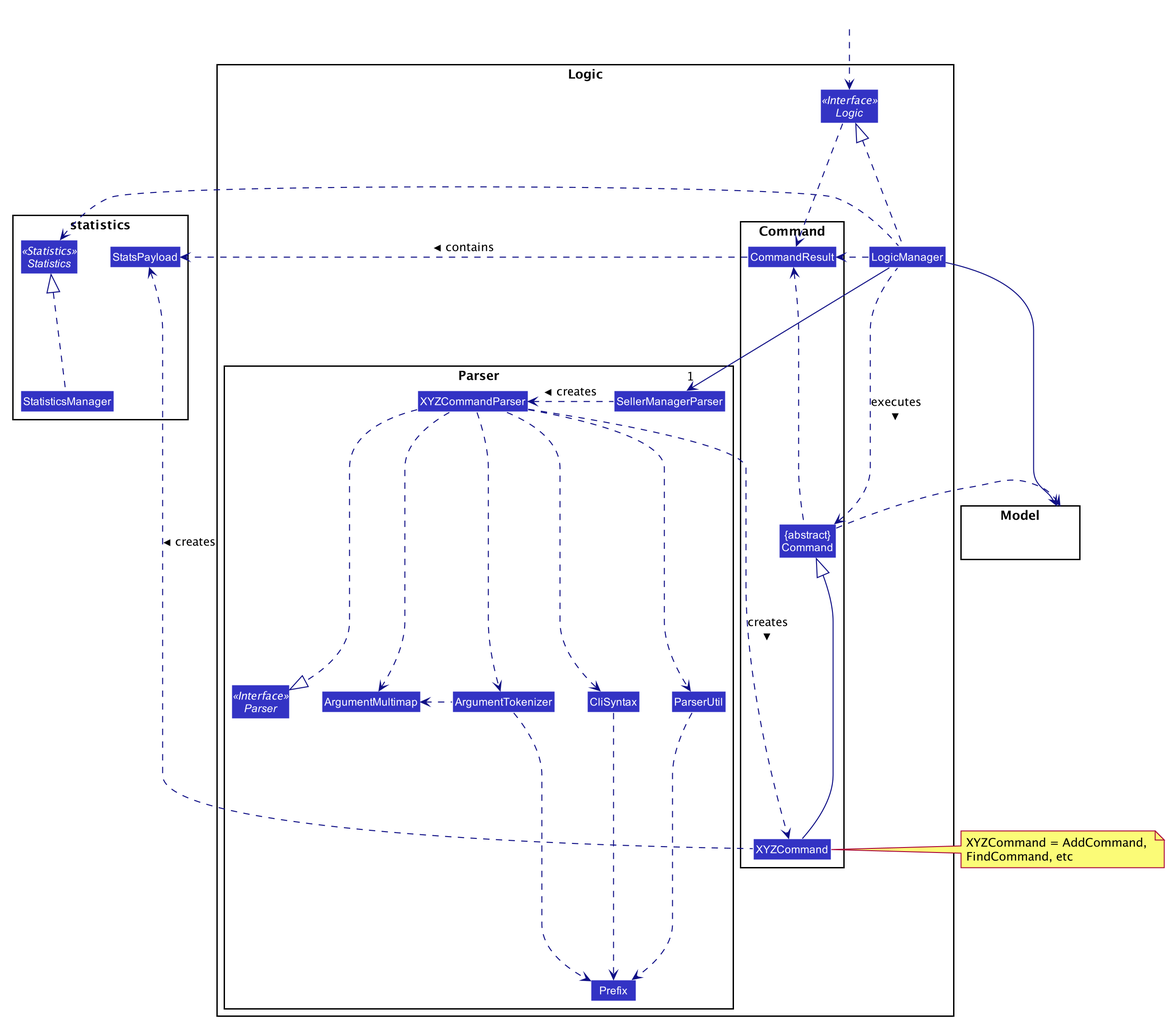
Before: docs/images/LogicClassDiagram.png, a diagram exported from PlantUML (nus-cs2103-AY1920S1/addressbook-level3).
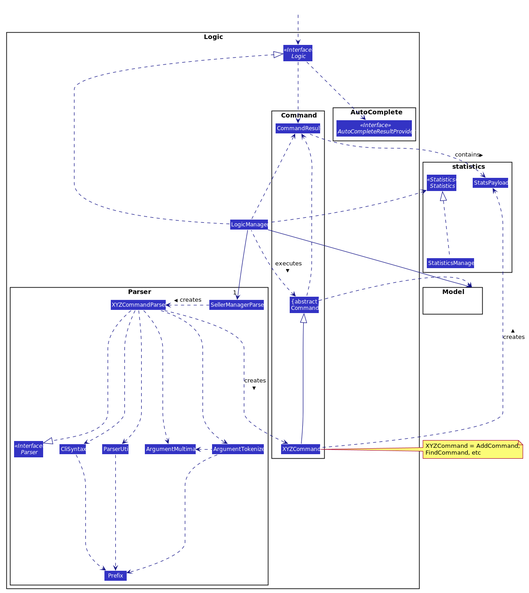
After the change.

Diff of the diagram source:
```diff
@@ -70,6 +70,10 @@
 Class "{abstract}\nCommand" as Command
 }
 
+package AutoComplete {
+Interface AutoCompleteResultProvider <<Interface>>
+}
+
 Interface Logic <<Interface>>
 Class LogicManager
 }
@@ -81,7 +85,7 @@
 Class HiddenOutside #FFFFFF
 HiddenOutside ..> Logic
 
-LogicManager .up.|> Logic
+LogicManager .up..|> Logic
 LogicManager -->"1" SellerManagerParser
 SellerManagerParser .left.> XYZCommandParser: creates >
 
@@ -119,4 +123,7 @@
 LogicManager .right.> CommandResult
 Command .up.> CommandResult
 CommandResult -[hidden]-> Parser
+
+Logic .down.> AutoCompleteResultProvider
+
 @enduml
```
